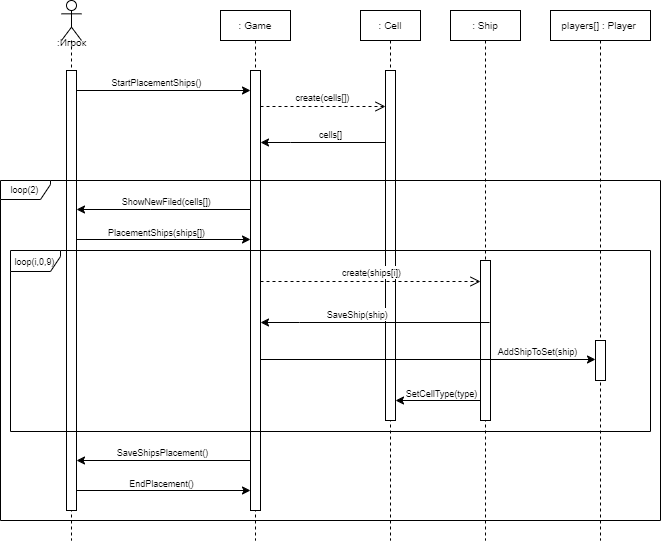
Above: images/lab4_2.drawio.png in katefomkina/sea-battle (draw.io), before the change. Source tidied: cells renumbered, new cells last; positions are measured from the earlier drawing's top-left corner, leaving out a move shared by most shapes.
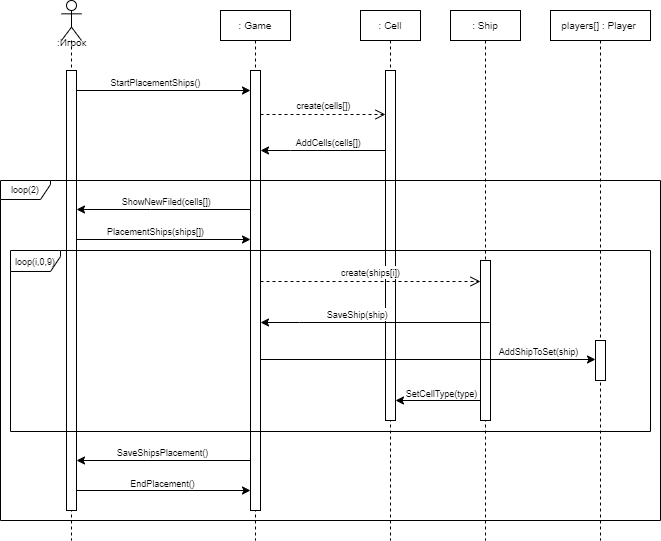
After the change.

Diff of the diagram source:
```diff
@@ -37,7 +37,7 @@
     </mxCell>
     <mxCell id="10" value="&lt;font style=&quot;font-size: 9px;&quot;&gt;PlacementShips(ships[])&lt;/font&gt;" style="edgeLabel;html=1;align=center;verticalAlign=middle;" parent="9" vertex="1">
       <mxGeometry x="0.17" y="1" relative="1" as="geometry">
-        <mxPoint x="-23" y="-7" as="offset" />
+        <mxPoint x="-23" y="-8" as="offset" />
       </mxGeometry>
     </mxCell>
     <mxCell id="11" style="endArrow=classic;html=1;rounded=0;" parent="1" edge="1" source="3">
@@ -70,8 +70,8 @@
     </mxCell>
     <mxCell id="19" value="&lt;font style=&quot;font-size: 9px;&quot;&gt;create(cells[]&lt;span style=&quot;color: rgba(0, 0, 0, 0); font-family: monospace; font-size: 0px; text-align: start; background-color: rgb(251, 251, 251);&quot;&gt;%3CmxGraphModel%3E%3Croot%3E%3CmxCell%20id%3D%220%22%2F%3E%3CmxCell%20id%3D%221%22%20parent%3D%220%22%2F%3E%3CmxCell%20id%3D%222%22%20value%3D%22%22%20style%3D%22endArrow%3Dclassic%3Bhtml%3D1%3Brounded%3D0%3B%22%20edge%3D%221%22%20parent%3D%221%22%3E%3CmxGeometry%20width%3D%2250%22%20height%3D%2250%22%20relative%3D%221%22%20as%3D%22geometry%22%3E%3CmxPoint%20x%3D%22430%22%20y%3D%22180%22%20as%3D%22sourcePoint%22%2F%3E%3CmxPoint%20x%3D%22220%22%20y%3D%22180%22%20as%3D%22targetPoint%22%2F%3E%3CArray%20as%3D%22points%22%3E%3CmxPoint%20x%3D%22330%22%20y%3D%22180%22%2F%3E%3C%2FArray%3E%3C%2FmxGeometry%3E%3C%2FmxCell%3E%3CmxCell%20id%3D%223%22%20value%3D%22%26lt%3Bdiv%26gt%3B%26lt%3Bfont%20style%3D%26quot%3Bfont-size%3A%209px%3B%26quot%3B%26gt%3BNameRequest()%26amp%3Bnbsp%3B%26lt%3B%2Ffont%26gt%3B%26lt%3B%2Fdiv%26gt%3B%22%20style%3D%22edgeLabel%3Bhtml%3D1%3Balign%3Dcenter%3BverticalAlign%3Dmiddle%3Bresizable%3D0%3Bpoints%3D%5B%5D%3B%22%20vertex%3D%221%22%20connectable%3D%220%22%20parent%3D%222%22%3E%3CmxGeometry%20x%3D%220.1504%22%20y%3D%222%22%20relative%3D%221%22%20as%3D%22geometry%22%3E%3CmxPoint%20x%3D%2216%22%20y%3D%22-11%22%20as%3D%22offset%22%2F%3E%3C%2FmxGeometry%3E%3C%2FmxCell%3E%3C%2Froot%3E%3C%2FmxGraphModel%3E&lt;/span&gt;)&lt;/font&gt;" style="html=1;verticalAlign=bottom;endArrow=open;dashed=1;endSize=8;curved=0;rounded=0;" parent="1" edge="1">
       <mxGeometry relative="1" as="geometry">
-        <mxPoint x="260" y="106" as="sourcePoint" />
-        <mxPoint x="385" y="106" as="targetPoint" />
+        <mxPoint x="260" y="114" as="sourcePoint" />
+        <mxPoint x="385" y="114" as="targetPoint" />
       </mxGeometry>
     </mxCell>
     <mxCell id="20" style="endArrow=classic;html=1;rounded=0;" parent="1" edge="1">
@@ -91,20 +91,6 @@
         <mxPoint x="395" y="400" as="targetPoint" />
       </mxGeometry>
     </mxCell>
-    <mxCell id="23" style="endArrow=classic;html=1;rounded=0;" parent="1" edge="1">
-      <mxGeometry relative="1" as="geometry">
-        <mxPoint x="385" y="142" as="sourcePoint" />
-        <mxPoint x="260" y="142" as="targetPoint" />
-        <Array as="points">
-          <mxPoint x="290" y="142" />
-        </Array>
-      </mxGeometry>
-    </mxCell>
-    <mxCell id="24" value="&lt;div&gt;&lt;font style=&quot;font-size: 9px;&quot;&gt;cells[]&lt;/font&gt;&lt;/div&gt;" style="edgeLabel;html=1;align=center;verticalAlign=middle;" parent="23" vertex="1">
-      <mxGeometry x="0.15" y="2" relative="1" as="geometry">
-        <mxPoint x="16" y="-11" as="offset" />
-      </mxGeometry>
-    </mxCell>
     <mxCell id="25" style="endArrow=classic;html=1;rounded=0;" parent="1" edge="1">
       <mxGeometry relative="1" as="geometry">
         <mxPoint x="250" y="460" as="sourcePoint" />
@@ -163,5 +149,19 @@
     <mxCell id="35" value="&lt;font style=&quot;font-size: 9px;&quot;&gt;loop(2)&lt;/font&gt;" style="shape=umlFrame;whiteSpace=wrap;html=1;width=50;height=19;" parent="1" vertex="1">
       <mxGeometry y="180" width="660" height="340" as="geometry" />
     </mxCell>
+    <mxCell id="36" style="endArrow=classic;html=1;rounded=0;" parent="1" edge="1">
+      <mxGeometry relative="1" as="geometry">
+        <mxPoint x="385" y="150" as="sourcePoint" />
+        <mxPoint x="260" y="150" as="targetPoint" />
+        <Array as="points">
+          <mxPoint x="290" y="150" />
+        </Array>
+      </mxGeometry>
+    </mxCell>
+    <mxCell id="37" value="&lt;div&gt;&lt;font style=&quot;font-size: 9px;&quot;&gt;AddCells(cells[])&amp;nbsp;&lt;/font&gt;&lt;/div&gt;" style="edgeLabel;html=1;align=center;verticalAlign=middle;" parent="36" vertex="1">
+      <mxGeometry x="0.15" y="2" relative="1" as="geometry">
+        <mxPoint x="16" y="-11" as="offset" />
+      </mxGeometry>
+    </mxCell>
   </root>
 </mxGraphModel>
```
